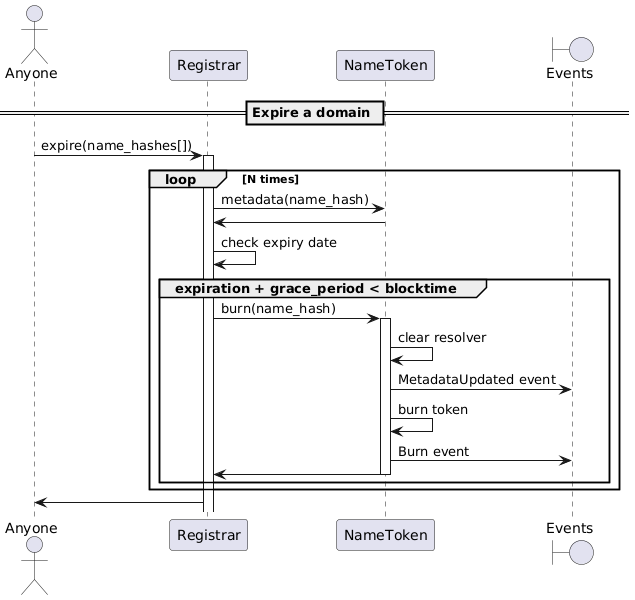
Above: docs/sequence-diagrams/puml/expire-domain.png in make-software/cspr-name-contracts (PlantUML), before the change.
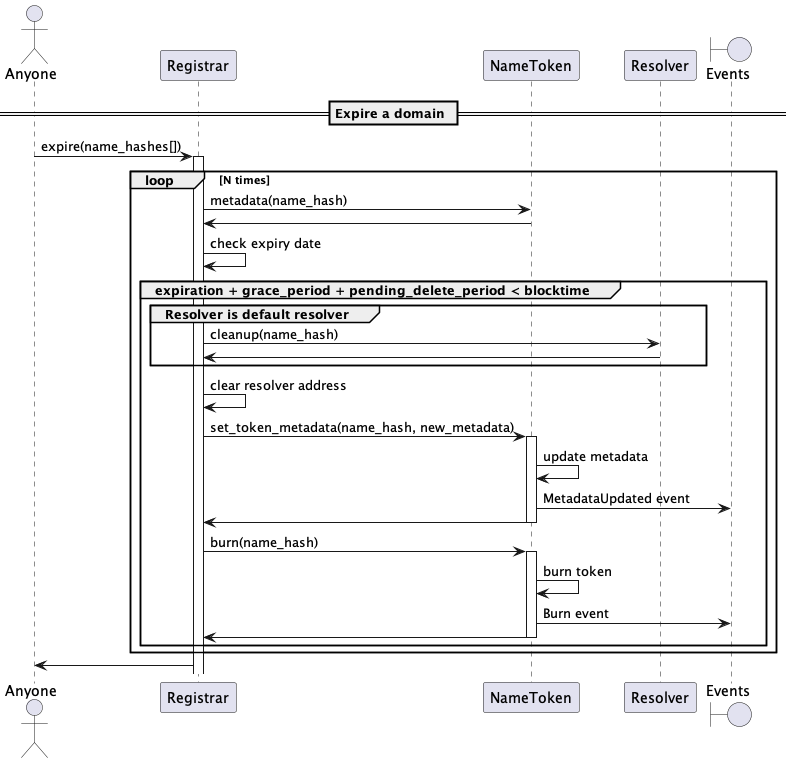
Above is the later version.

The edit, as a diff of the source:
```diff
@@ -3,6 +3,7 @@
 actor "Anyone"
 participant "Registrar"
 participant "NameToken"
+participant "Resolver"
 boundary "Events"
 
 == Expire a domain ==
@@ -13,11 +14,20 @@
     Registrar -> NameToken: metadata(name_hash)
     NameToken -> Registrar
     Registrar -> Registrar: check expiry date
-    group expiration + grace_period < blocktime
+    group expiration + grace_period + pending_delete_period < blocktime
+        group Resolver is default resolver
+            Registrar -> Resolver: cleanup(name_hash)
+            Resolver -> Registrar:
+        end
+        Registrar -> Registrar: clear resolver address
+        Registrar -> NameToken: set_token_metadata(name_hash, new_metadata)
+        activate NameToken
+            NameToken -> NameToken: update metadata
+            NameToken -> "Events": MetadataUpdated event
+            NameToken -> Registrar
+            deactivate NameToken
         Registrar -> NameToken: burn(name_hash)
         activate NameToken
-        NameToken -> NameToken: clear resolver
-        NameToken -> "Events": MetadataUpdated event
         NameToken -> NameToken: burn token
         NameToken -> "Events": Burn event
         NameToken -> Registrar
```
